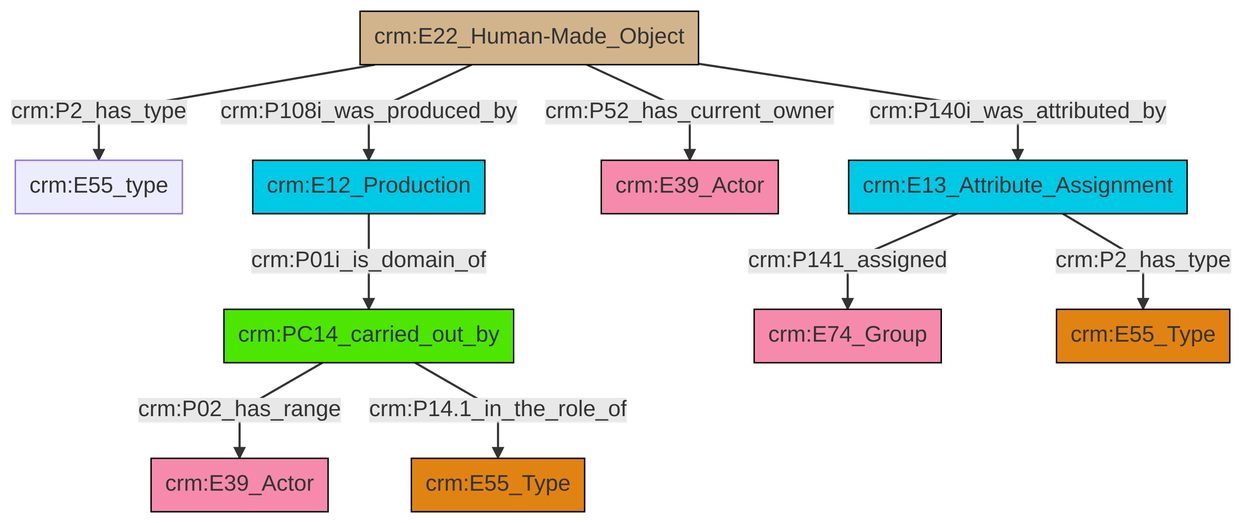
Earlier version of the Mermaid export et/builtWorkCSV/ttl/mmd/png/Built_Work_actor_relations.png (swiss-art-research-net/reference-data-models). Its source is kept beside it as et/builtWorkCSV/ttl/mmd/Built_Work_actor_relations.ttl.mmd.
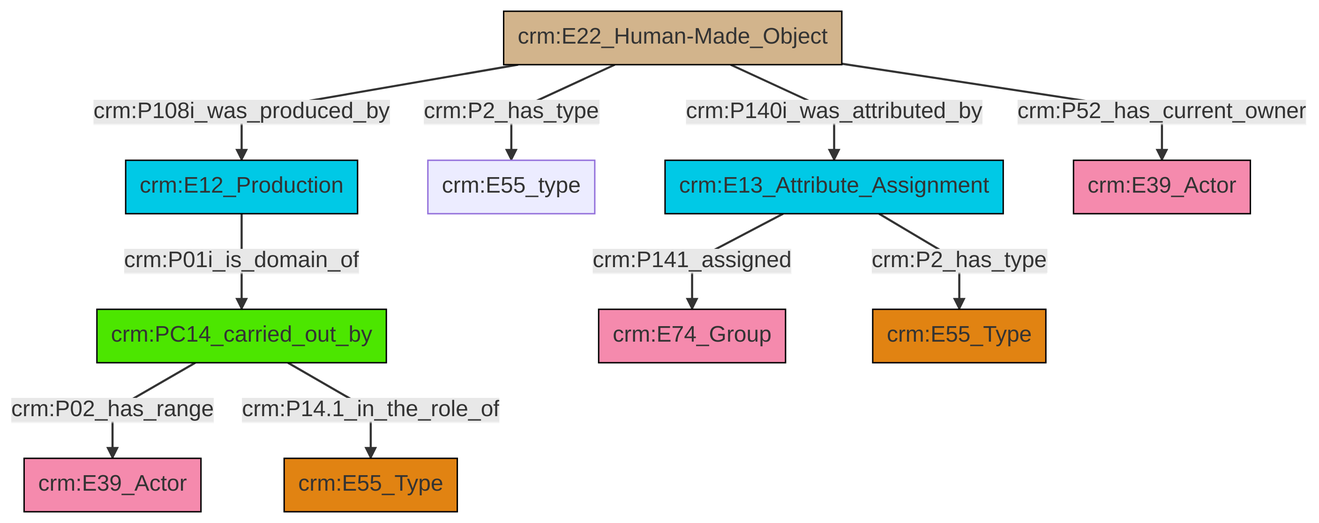
Above is the later version.

Diff of the diagram source:
```diff
@@ -13,12 +13,12 @@
 classDef PC_Classes fill:#4ce600, stroke:#000000;
 classDef Multi fill:#cccccc,stroke:#000000;
 
-2["crm:E13_Attribute_Assignment"]:::Temporal_Entity -->|crm:P141_assigned| 3["crm:E74_Group"]:::Actor
-4["crm:PC14_carried_out_by"]:::PC_Classes -->|crm:P02_has_range| 5["crm:E39_Actor"]:::Actor
-4["crm:PC14_carried_out_by"]:::PC_Classes -->|crm:P14.1_in_the_role_of| 6["crm:E55_Type"]:::Type
-0["crm:E12_Production"]:::Temporal_Entity -->|crm:P01i_is_domain_of| 4["crm:PC14_carried_out_by"]:::PC_Classes
-2["crm:E13_Attribute_Assignment"]:::Temporal_Entity -->|crm:P2_has_type| 10["crm:E55_Type"]:::Type
-11["crm:E22_Human-Made_Object"]:::Physical_Thing -->|crm:P2_has_type| 12["crm:E55_type"]:::Default
-11["crm:E22_Human-Made_Object"]:::Physical_Thing -->|crm:P108i_was_produced_by| 0["crm:E12_Production"]:::Temporal_Entity
-11["crm:E22_Human-Made_Object"]:::Physical_Thing -->|crm:P52_has_current_owner| 15["crm:E39_Actor"]:::Actor
-11["crm:E22_Human-Made_Object"]:::Physical_Thing -->|crm:P140i_was_attributed_by| 2["crm:E13_Attribute_Assignment"]:::Temporal_Entity
+0["crm:E22_Human-Made_Object"]:::Physical_Thing -->|crm:P108i_was_produced_by| 1["crm:E12_Production"]:::Temporal_Entity
+0["crm:E22_Human-Made_Object"]:::Physical_Thing -->|crm:P2_has_type| 4["crm:E55_type"]:::Default
+8["crm:PC14_carried_out_by"]:::PC_Classes -->|crm:P02_has_range| 5["crm:E39_Actor"]:::Actor
+0["crm:E22_Human-Made_Object"]:::Physical_Thing -->|crm:P140i_was_attributed_by| 10["crm:E13_Attribute_Assignment"]:::Temporal_Entity
+10["crm:E13_Attribute_Assignment"]:::Temporal_Entity -->|crm:P141_assigned| 13["crm:E74_Group"]:::Actor
+0["crm:E22_Human-Made_Object"]:::Physical_Thing -->|crm:P52_has_current_owner| 16["crm:E39_Actor"]:::Actor
+10["crm:E13_Attribute_Assignment"]:::Temporal_Entity -->|crm:P2_has_type| 2["crm:E55_Type"]:::Type
+8["crm:PC14_carried_out_by"]:::PC_Classes -->|crm:P14.1_in_the_role_of| 11["crm:E55_Type"]:::Type
+1["crm:E12_Production"]:::Temporal_Entity -->|crm:P01i_is_domain_of| 8["crm:PC14_carried_out_by"]:::PC_Classes
```
